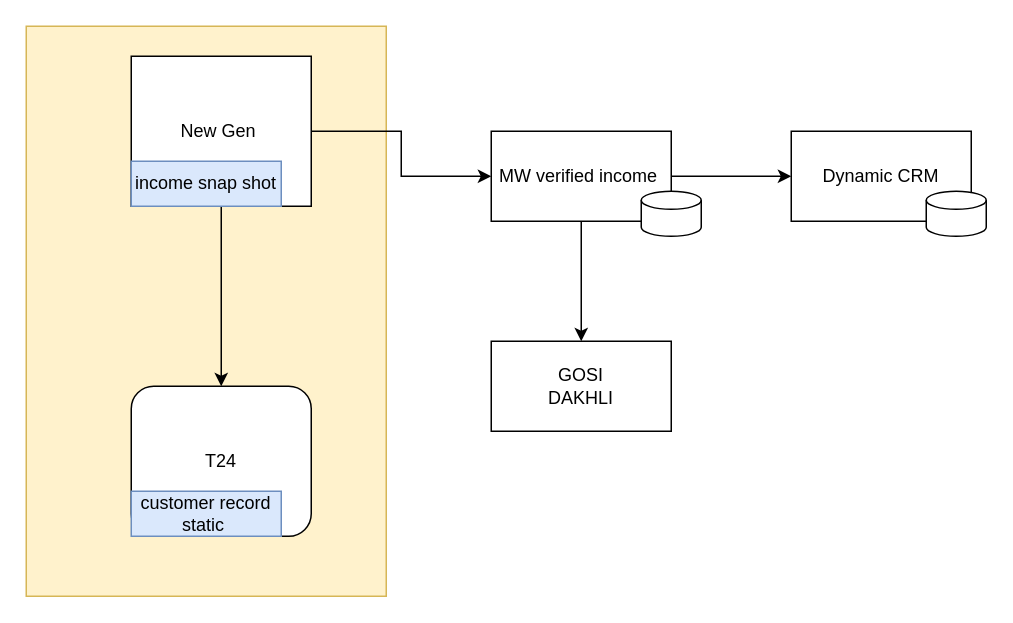
Above: income.drawio in MHosnii/DrawIo (draw.io), before the change. Source tidied: cells renumbered, new cells numbered last; positions are measured from the earlier drawing's top-left corner, leaving out a move shared by most shapes. Both pictures are drawn from the tidied source at 150%, with x=0, y=0 at pixel (26, 26).
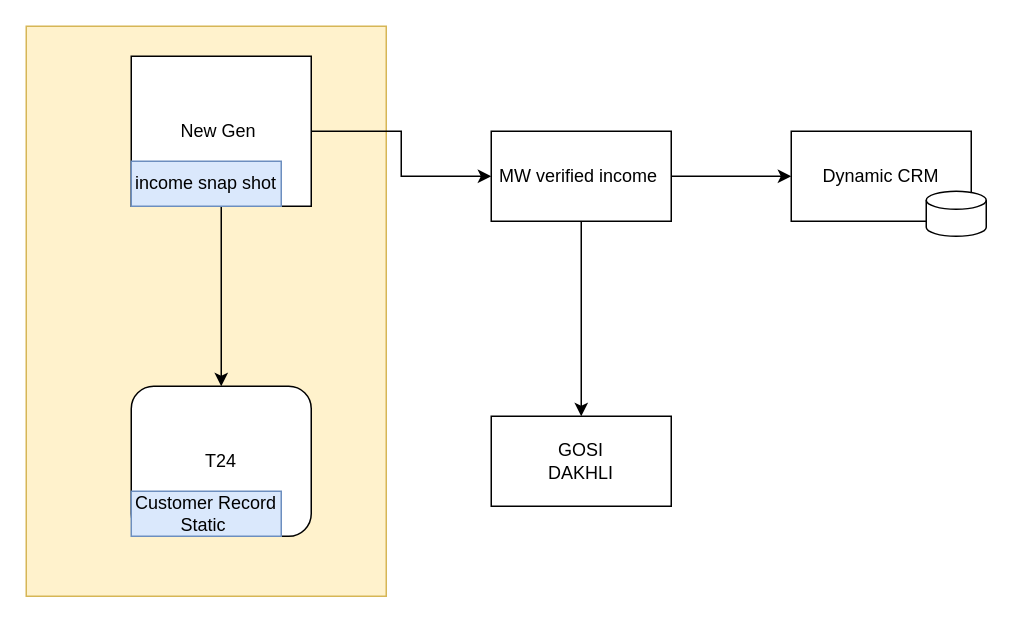
After the change.

Diff of the diagram source:
```diff
@@
 <mxGraphModel>
   <root>
     <mxCell id="0" />
     <mxCell id="1" parent="0" />
     <mxCell id="2" style="rounded=0;whiteSpace=wrap;html=1;fillColor=#fff2cc;strokeColor=#d6b656;" parent="1" vertex="1">
       <mxGeometry width="240" height="380" as="geometry" />
     </mxCell>
     <mxCell id="3" style="edgeStyle=orthogonalEdgeStyle;rounded=0;jettySize=auto;html=1;entryX=0;entryY=0.5;entryDx=0;entryDy=0;" parent="1" edge="1" source="5" target="8">
       <mxGeometry relative="1" as="geometry" />
     </mxCell>
     <mxCell id="4" style="edgeStyle=orthogonalEdgeStyle;rounded=0;jettySize=auto;html=1;entryX=0.5;entryY=0;entryDx=0;entryDy=0;" parent="1" edge="1" source="5" target="11">
       <mxGeometry relative="1" as="geometry" />
     </mxCell>
     <mxCell id="5" value="New Gen&amp;nbsp;" style="rounded=0;whiteSpace=wrap;html=1;" parent="1" vertex="1">
       <mxGeometry x="70" y="20" width="120" height="100" as="geometry" />
     </mxCell>
     <mxCell id="6" style="edgeStyle=orthogonalEdgeStyle;rounded=0;jettySize=auto;html=1;" parent="1" edge="1" source="8" target="9">
       <mxGeometry relative="1" as="geometry" />
     </mxCell>
     <mxCell id="7" style="edgeStyle=orthogonalEdgeStyle;rounded=0;jettySize=auto;html=1;" parent="1" edge="1" source="8" target="10">
       <mxGeometry relative="1" as="geometry" />
     </mxCell>
     <mxCell id="8" value="MW verified income&amp;nbsp;" style="rounded=0;whiteSpace=wrap;html=1;" parent="1" vertex="1">
       <mxGeometry x="310" y="70" width="120" height="60" as="geometry" />
     </mxCell>
     <mxCell id="9" value="GOSI&lt;div&gt;DAKHLI&lt;/div&gt;" style="whiteSpace=wrap;html=1;rounded=0;" parent="1" vertex="1">
-      <mxGeometry x="310" y="210" width="120" height="60" as="geometry" />
+      <mxGeometry x="310" y="260" width="120" height="60" as="geometry" />
     </mxCell>
     <mxCell id="10" value="Dynamic CRM" style="whiteSpace=wrap;html=1;rounded=0;" parent="1" vertex="1">
       <mxGeometry x="510" y="70" width="120" height="60" as="geometry" />
     </mxCell>
     <mxCell id="11" value="T24" style="rounded=1;whiteSpace=wrap;html=1;" parent="1" vertex="1">
       <mxGeometry x="70" y="240" width="120" height="100" as="geometry" />
     </mxCell>
     <mxCell id="12" value="income snap shot" style="text;html=1;align=center;verticalAlign=middle;whiteSpace=wrap;rounded=0;fillColor=#dae8fc;strokeColor=#6c8ebf;" parent="1" vertex="1">
       <mxGeometry x="70" y="90" width="100" height="30" as="geometry" />
     </mxCell>
-    <mxCell id="13" value="customer record static&amp;nbsp;" style="text;html=1;align=center;verticalAlign=middle;whiteSpace=wrap;rounded=0;fillColor=#dae8fc;strokeColor=#6c8ebf;" parent="1" vertex="1">
+    <mxCell id="13" value="Customer Record Static&amp;nbsp;" style="text;html=1;align=center;verticalAlign=middle;whiteSpace=wrap;rounded=0;fillColor=#dae8fc;strokeColor=#6c8ebf;" parent="1" vertex="1">
       <mxGeometry x="70" y="310" width="100" height="30" as="geometry" />
     </mxCell>
-    <mxCell id="14" style="shape=cylinder3;whiteSpace=wrap;html=1;boundedLbl=1;backgroundOutline=1;size=6;" parent="1" vertex="1">
-      <mxGeometry x="410" y="110" width="40" height="30" as="geometry" />
-    </mxCell>
     <mxCell id="15" style="shape=cylinder3;whiteSpace=wrap;html=1;boundedLbl=1;backgroundOutline=1;size=6;" parent="1" vertex="1">
       <mxGeometry x="600" y="110" width="40" height="30" as="geometry" />
     </mxCell>
   </root>
 </mxGraphModel>
```
